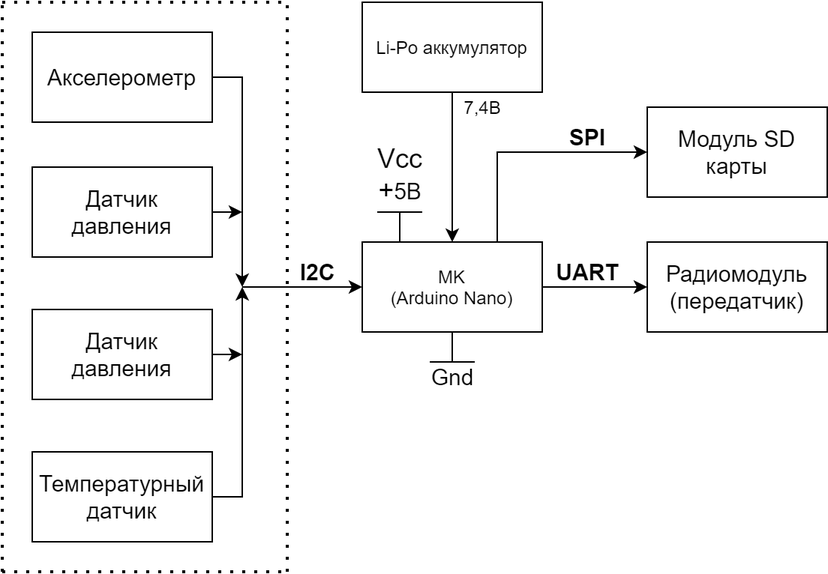
The draw.io diagram Чертежи экспорт/Структурная схема спутника.png in dan-sazonov/CanSAD, before a commit. Source tidied: cells renumbered, new cells last; positions are measured from the earlier drawing's top-left corner, leaving out a move shared by most shapes.
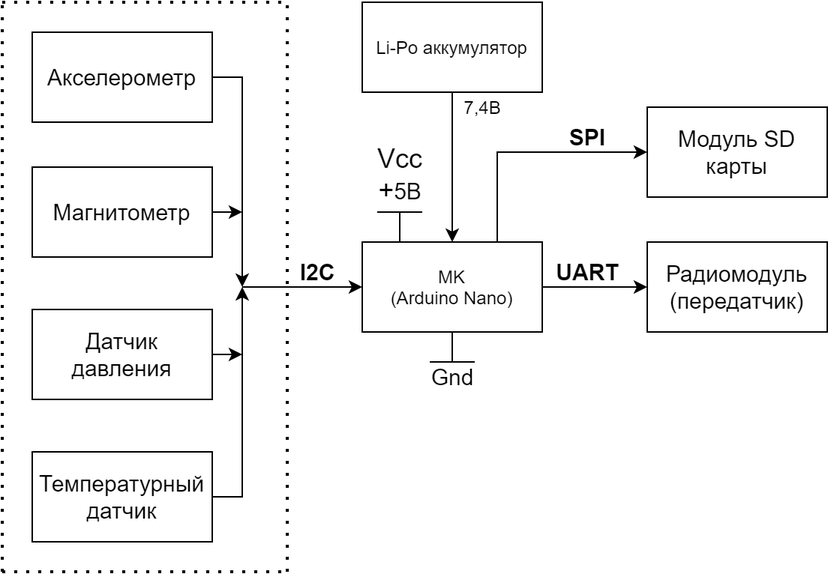
After the change.

Commit message:
Пофиксил структурную схему

Change to the diagram source:
```diff
@@ -76,7 +76,7 @@
         <mxPoint x="160" y="140" as="targetPoint" />
       </mxGeometry>
     </mxCell>
-    <mxCell id="24" value="Датчик давления" style="rounded=0;whiteSpace=wrap;html=1;fontSize=15;" parent="1" vertex="1">
+    <mxCell id="24" value="Магнитометр" style="rounded=0;whiteSpace=wrap;html=1;fontSize=15;" parent="1" vertex="1">
       <mxGeometry x="20" y="110" width="120" height="60" as="geometry" />
     </mxCell>
     <mxCell id="25" style="endArrow=classic;html=1;rounded=0;fontSize=15;entryX=0;entryY=0.5;entryDx=0;entryDy=0;" parent="1" edge="1" target="4">
```
